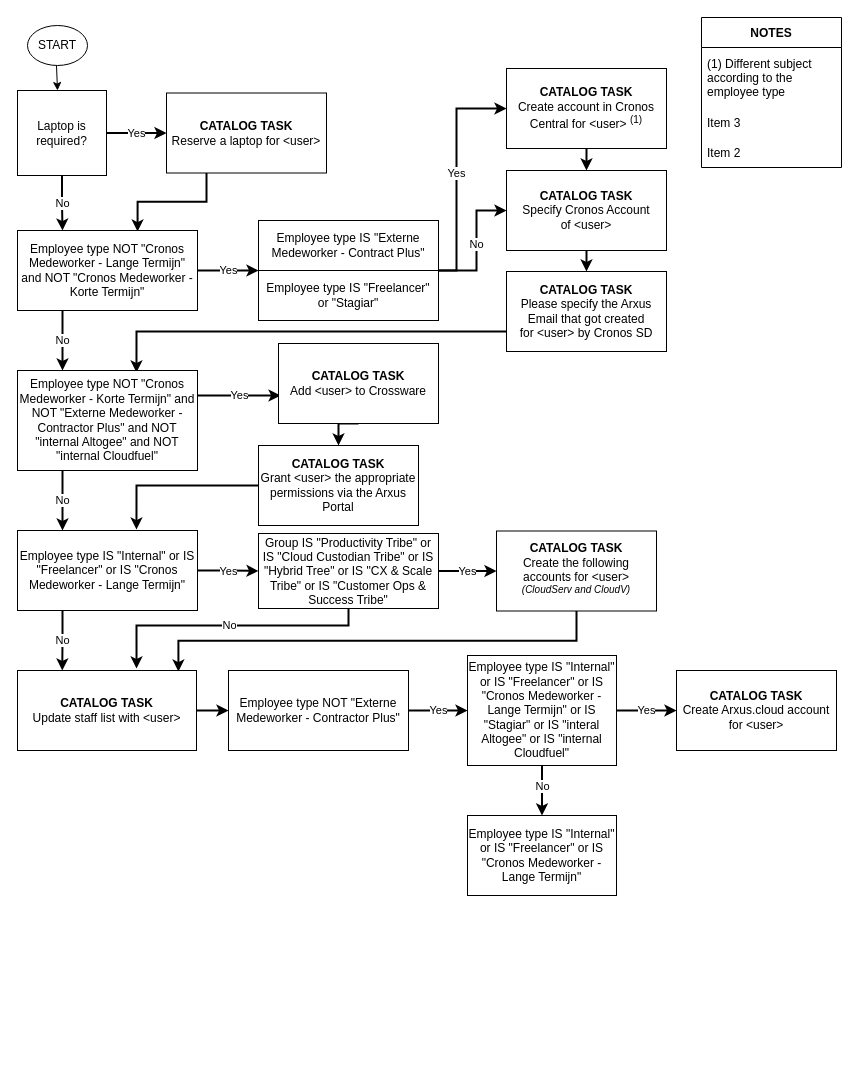
The draw.io diagram Untitled Diagram.drawio in dgcst/flows, before the edit. Source tidied: cells renumbered, new cells numbered last; positions are measured from the earlier drawing's top-left corner, leaving out a move shared by most shapes. Both pictures are drawn from the tidied source at 100%, with x=0, y=0 at pixel (17, 17).
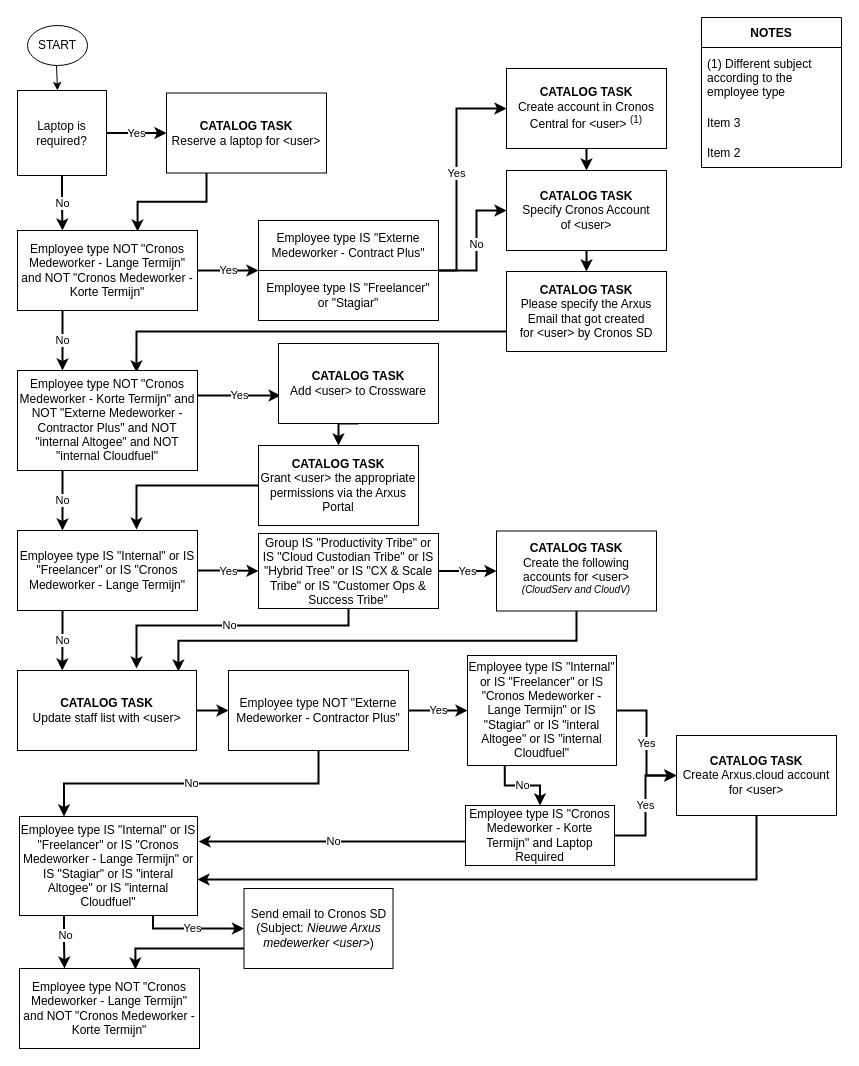
The same page after the edit.

Unchanged cells that the change refers to:
```xml
<mxCell id="44" value="&lt;span&gt;Employee type NOT &quot;&lt;/span&gt;Externe Medeworker - Contractor Plus&quot;" style="rounded=0;whiteSpace=wrap;html=1;" parent="1" vertex="1">
  <mxGeometry x="211" y="653" width="180" height="80" as="geometry" />
</mxCell>
<mxCell id="47" value="&lt;span&gt;Employee type IS &quot;Internal&quot; or IS &quot;Freelancer&quot; or IS &quot;&lt;/span&gt;Cronos Medeworker - Lange Termijn&lt;span&gt;&quot; or IS &quot;Stagiar&quot; or IS &quot;interal Altogee&quot; or IS &quot;internal Cloudfuel&quot;&lt;/span&gt;" style="rounded=0;whiteSpace=wrap;html=1;" parent="1" vertex="1">
  <mxGeometry x="450" y="638" width="149" height="110" as="geometry" />
</mxCell>
```

Change to the diagram source:
```diff
@@
+    <mxCell id="50" value="No" style="edgeStyle=orthogonalEdgeStyle;rounded=0;jettySize=auto;html=1;exitX=0.5;exitY=1;exitDx=0;exitDy=0;entryX=0.25;entryY=0;entryDx=0;entryDy=0;strokeWidth=2;" parent="1" edge="1" source="44" target="56">
+      <mxGeometry relative="1" as="geometry" />
+    </mxCell>
@@
+    <mxCell id="46" value="Yes" style="edgeStyle=orthogonalEdgeStyle;rounded=0;jettySize=auto;html=1;entryX=0;entryY=0.5;entryDx=0;entryDy=0;strokeWidth=2;" parent="1" edge="1" source="47" target="48">
+      <mxGeometry relative="1" as="geometry" />
+    </mxCell>
-    <mxCell id="45" value="No&lt;br&gt;" style="edgeStyle=orthogonalEdgeStyle;rounded=0;jettySize=auto;html=1;exitX=0.5;exitY=1;exitDx=0;exitDy=0;strokeWidth=2;" parent="1" edge="1" source="47" target="49">
-      <mxGeometry x="-0.18" relative="1" as="geometry">
-        <Array as="points">
-          <mxPoint x="525" y="758" />
-          <mxPoint x="525" y="758" />
-        </Array>
-      </mxGeometry>
+    <mxCell id="45" value="No" style="edgeStyle=orthogonalEdgeStyle;rounded=0;jettySize=auto;html=1;exitX=0.25;exitY=1;exitDx=0;exitDy=0;entryX=0.5;entryY=0;entryDx=0;entryDy=0;strokeWidth=2;" parent="1" edge="1" source="47" target="49">
+      <mxGeometry relative="1" as="geometry" />
     </mxCell>
-    <mxCell id="46" value="Yes" style="edgeStyle=orthogonalEdgeStyle;rounded=0;jettySize=auto;html=1;entryX=0;entryY=0.5;entryDx=0;entryDy=0;strokeWidth=2;" parent="1" edge="1" source="47" target="48">
-      <mxGeometry relative="1" as="geometry" />
-    </mxCell>
@@
+    <mxCell id="51" style="edgeStyle=orthogonalEdgeStyle;rounded=0;jettySize=auto;html=1;exitX=0.5;exitY=1;exitDx=0;exitDy=0;entryX=1;entryY=0.636;entryDx=0;entryDy=0;strokeWidth=2;entryPerimeter=0;" parent="1" edge="1" source="48" target="56">
+      <mxGeometry relative="1" as="geometry" />
+    </mxCell>
     <mxCell id="48" value="&lt;b&gt;CATALOG TASK&lt;br&gt;&lt;/b&gt;&lt;span&gt;Create Arxus.cloud account for&amp;nbsp;&lt;/span&gt;&amp;lt;user&amp;gt;" style="rounded=0;whiteSpace=wrap;html=1;" parent="1" vertex="1">
-      <mxGeometry x="659" y="653" width="160" height="80" as="geometry" />
+      <mxGeometry x="659" y="718" width="160" height="80" as="geometry" />
     </mxCell>
+    <mxCell id="52" value="Yes" style="edgeStyle=orthogonalEdgeStyle;rounded=0;jettySize=auto;html=1;exitX=1;exitY=0.5;exitDx=0;exitDy=0;entryX=0;entryY=0.5;entryDx=0;entryDy=0;strokeWidth=2;" parent="1" edge="1" source="49" target="48">
+      <mxGeometry relative="1" as="geometry" />
+    </mxCell>
+    <mxCell id="53" value="No" style="edgeStyle=orthogonalEdgeStyle;rounded=0;orthogonalLoop=1;jettySize=auto;html=1;exitX=0;exitY=0.75;exitDx=0;exitDy=0;entryX=1.006;entryY=0.344;entryDx=0;entryDy=0;entryPerimeter=0;strokeWidth=2;" parent="1" edge="1">
+      <mxGeometry relative="1" as="geometry">
+        <mxPoint x="450" y="824" as="sourcePoint" />
+        <mxPoint x="181.1" y="824.1" as="targetPoint" />
+        <Array as="points">
+          <mxPoint x="249" y="824" />
+          <mxPoint x="249" y="824" />
+        </Array>
+      </mxGeometry>
+    </mxCell>
-    <mxCell id="49" value="&lt;span&gt;Employee type IS &quot;Internal&quot; or IS &quot;Freelancer&quot; or IS &quot;&lt;/span&gt;Cronos Medeworker - Lange Termijn&lt;span&gt;&quot;&lt;/span&gt;" style="rounded=0;whiteSpace=wrap;html=1;" parent="1" vertex="1">
-      <mxGeometry x="450" y="798" width="149" height="80" as="geometry" />
+    <mxCell id="49" value="&lt;span&gt;Employee type IS &quot;&lt;/span&gt;Cronos Medeworker - Korte Termijn&lt;span&gt;&quot; and Laptop Required&lt;/span&gt;" style="rounded=0;whiteSpace=wrap;html=1;" parent="1" vertex="1">
+      <mxGeometry x="448" y="788" width="149" height="60" as="geometry" />
     </mxCell>
+    <mxCell id="54" value="Yes" style="edgeStyle=orthogonalEdgeStyle;rounded=0;jettySize=auto;html=1;exitX=0.75;exitY=1;exitDx=0;exitDy=0;entryX=0;entryY=0.5;entryDx=0;entryDy=0;strokeWidth=2;" parent="1" edge="1" source="56" target="58">
+      <mxGeometry relative="1" as="geometry">
+        <Array as="points">
+          <mxPoint x="136" y="911" />
+        </Array>
+      </mxGeometry>
+    </mxCell>
+    <mxCell id="55" value="No" style="edgeStyle=orthogonalEdgeStyle;rounded=0;jettySize=auto;html=1;exitX=0.25;exitY=1;exitDx=0;exitDy=0;entryX=0.25;entryY=0;entryDx=0;entryDy=0;strokeWidth=2;" parent="1" edge="1" source="56" target="59">
+      <mxGeometry x="-0.25" y="1" relative="1" as="geometry" />
+    </mxCell>
+    <mxCell id="56" value="&lt;span&gt;Employee type IS &quot;Internal&quot; or IS &quot;Freelancer&quot; or IS &quot;&lt;/span&gt;Cronos Medeworker - Lange Termijn&lt;span&gt;&quot; or IS &quot;Stagiar&quot; or IS &quot;interal Altogee&quot; or IS &quot;internal Cloudfuel&quot;&lt;/span&gt;" style="rounded=0;whiteSpace=wrap;html=1;" parent="1" vertex="1">
+      <mxGeometry x="2" y="799" width="178" height="99" as="geometry" />
+    </mxCell>
+    <mxCell id="57" style="edgeStyle=orthogonalEdgeStyle;rounded=0;jettySize=auto;html=1;exitX=0;exitY=0.75;exitDx=0;exitDy=0;entryX=0.644;entryY=0.013;entryDx=0;entryDy=0;entryPerimeter=0;strokeWidth=2;" parent="1" edge="1" source="58" target="59">
+      <mxGeometry relative="1" as="geometry" />
+    </mxCell>
+    <mxCell id="58" value="Send email to Cronos SD&lt;br&gt;(Subject:&amp;nbsp;&lt;span&gt;&lt;i&gt;Nieuwe Arxus medewerker &amp;lt;user&amp;gt;&lt;/i&gt;&lt;/span&gt;)" style="rounded=0;whiteSpace=wrap;html=1;" parent="1" vertex="1">
+      <mxGeometry x="226.5" y="871" width="149" height="80" as="geometry" />
+    </mxCell>
+    <mxCell id="59" value="&lt;span&gt;Employee type NOT &quot;Cronos Medeworker - Lange Termijn&quot; and NOT &quot;Cronos Medeworker - Korte Termijn&quot;&lt;/span&gt;" style="rounded=0;whiteSpace=wrap;html=1;" parent="1" vertex="1">
+      <mxGeometry x="2" y="951" width="180" height="80" as="geometry" />
+    </mxCell>
```
